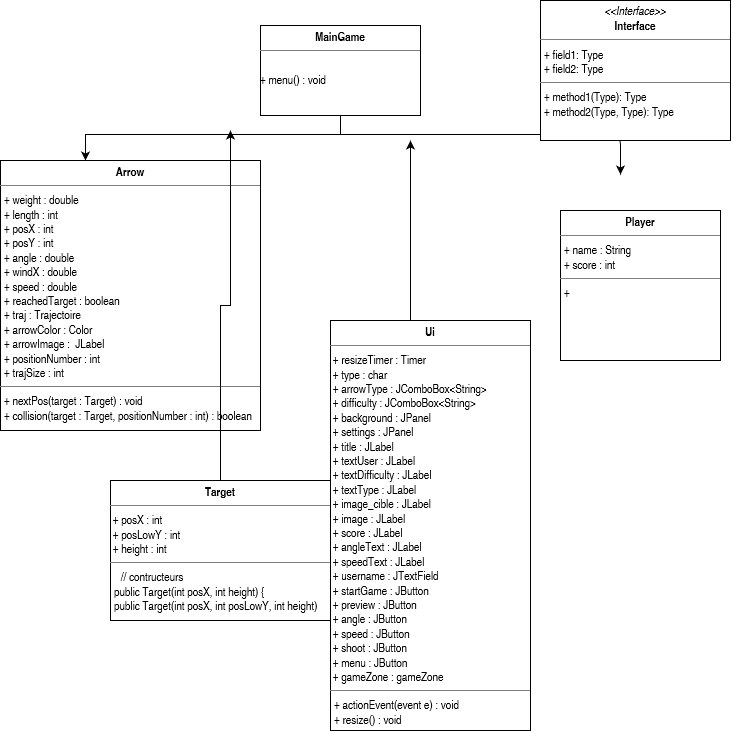
Earlier version of the draw.io export UMLDiagram.png (vbard1/mini-projet-2). Source tidied: cells renumbered, new cells last; positions are measured from the earlier drawing's top-left corner, leaving out a move shared by most shapes.
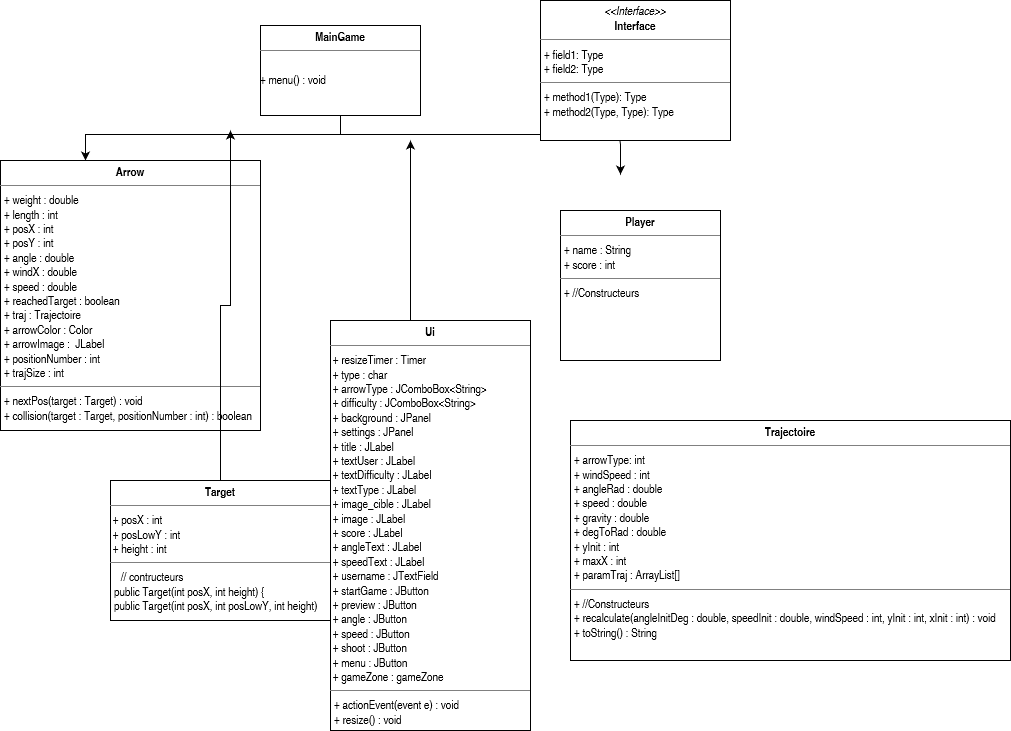
Above is the later version.

Change to the diagram source:
```diff
@@ -48,7 +48,7 @@
     <mxCell id="9" value="&lt;p style=&quot;margin: 0px ; margin-top: 4px ; text-align: center&quot;&gt;&lt;b&gt;Ui&lt;/b&gt;&lt;br&gt;&lt;/p&gt;&lt;hr size=&quot;1&quot;&gt;&lt;div&gt;&amp;nbsp;+ resizeTimer : Timer&lt;/div&gt;&lt;div&gt;&amp;nbsp;+ type : char &lt;/div&gt;&lt;div&gt;&amp;nbsp;+ arrowType : JComboBox&amp;lt;String&amp;gt;&lt;/div&gt;&lt;div&gt;&amp;nbsp;+ difficulty : JComboBox&amp;lt;String&amp;gt;&lt;br&gt;&amp;nbsp;+ background : JPanel&lt;/div&gt;&lt;div&gt;&amp;nbsp;+ settings : JPanel &lt;br&gt;&lt;/div&gt;&lt;div&gt;&amp;nbsp;+ title : JLabel&lt;br&gt;&amp;nbsp;+ textUser : JLabel&lt;/div&gt;&lt;div&gt;&amp;nbsp;+ textDifficulty : JLabel&lt;/div&gt;&lt;div&gt;&amp;nbsp;+ textType : JLabel&lt;/div&gt;&lt;div&gt;&amp;nbsp;+ image_cible : JLabel&lt;/div&gt;&lt;div&gt;&amp;nbsp;+ image : JLabel&lt;/div&gt;&lt;div&gt;&amp;nbsp;+ score : JLabel&lt;/div&gt;&lt;div&gt;&amp;nbsp;+ angleText : JLabel&lt;/div&gt;&lt;div&gt;&amp;nbsp;+ speedText : JLabel&lt;/div&gt;&lt;div&gt;&amp;nbsp;+ username : JTextField &lt;br&gt;&lt;/div&gt;&lt;div&gt;&amp;nbsp;+ startGame : JButton&lt;/div&gt;&lt;div&gt;&amp;nbsp;+ preview : JButton&lt;/div&gt;&lt;div&gt;&amp;nbsp;+ angle : JButton&lt;/div&gt;&lt;div&gt;&amp;nbsp;+ speed : JButton&lt;/div&gt;&lt;div&gt;&amp;nbsp;+ shoot : JButton&lt;/div&gt;&lt;div&gt;&amp;nbsp;+ menu : JButton&lt;br&gt;&amp;nbsp;+ gameZone : gameZone&lt;br&gt;&lt;/div&gt;&lt;hr size=&quot;1&quot;&gt;&lt;p style=&quot;margin: 0px ; margin-left: 4px&quot;&gt;+ actionEvent(event e) : void&lt;/p&gt;&lt;p style=&quot;margin: 0px ; margin-left: 4px&quot;&gt;+ resize() : void&lt;br&gt;&lt;/p&gt;" style="verticalAlign=top;align=left;overflow=fill;fontSize=12;fontFamily=Helvetica;html=1;" parent="1" vertex="1">
       <mxGeometry x="330" y="320" width="200" height="410" as="geometry" />
     </mxCell>
-    <mxCell id="10" value="&lt;p style=&quot;margin: 0px ; margin-top: 4px ; text-align: center&quot;&gt;&lt;b&gt;Player&lt;/b&gt;&lt;br&gt;&lt;/p&gt;&lt;hr size=&quot;1&quot;&gt;&lt;p style=&quot;margin: 0px ; margin-left: 4px&quot;&gt;+ name : String&lt;/p&gt;&lt;p style=&quot;margin: 0px ; margin-left: 4px&quot;&gt;+ score : int&lt;/p&gt;&lt;hr size=&quot;1&quot;&gt;&lt;p style=&quot;margin: 0px ; margin-left: 4px&quot;&gt;+&lt;br&gt;&lt;/p&gt;" style="verticalAlign=top;align=left;overflow=fill;fontSize=12;fontFamily=Helvetica;html=1;" parent="1" vertex="1">
+    <mxCell id="10" value="&lt;p style=&quot;margin: 0px ; margin-top: 4px ; text-align: center&quot;&gt;&lt;b&gt;Player&lt;/b&gt;&lt;br&gt;&lt;/p&gt;&lt;hr size=&quot;1&quot;&gt;&lt;p style=&quot;margin: 0px ; margin-left: 4px&quot;&gt;+ name : String&lt;/p&gt;&lt;p style=&quot;margin: 0px ; margin-left: 4px&quot;&gt;+ score : int&lt;/p&gt;&lt;hr size=&quot;1&quot;&gt;&lt;p style=&quot;margin: 0px ; margin-left: 4px&quot;&gt;+ //Constructeurs&lt;br&gt;&lt;/p&gt;" style="verticalAlign=top;align=left;overflow=fill;fontSize=12;fontFamily=Helvetica;html=1;" parent="1" vertex="1">
       <mxGeometry x="560" y="210" width="160" height="150" as="geometry" />
     </mxCell>
     <mxCell id="11" style="edgeStyle=orthogonalEdgeStyle;rounded=0;orthogonalLoop=1;jettySize=auto;html=1;exitX=0.5;exitY=1;exitDx=0;exitDy=0;" parent="1" edge="1">
@@ -64,5 +64,8 @@
     <mxCell id="13" value="&lt;p style=&quot;margin: 0px ; margin-top: 4px ; text-align: center&quot;&gt;&lt;b&gt;Target&lt;/b&gt;&lt;br&gt;&lt;/p&gt;&lt;hr size=&quot;1&quot;&gt;&amp;nbsp;+ posX : int&lt;br&gt;&amp;nbsp;+ posLowY : int&lt;br&gt;&amp;nbsp;+ height : int&lt;br&gt;&lt;hr size=&quot;1&quot;&gt;&amp;nbsp;&amp;nbsp;&amp;nbsp; // contructeurs&lt;p style=&quot;margin: 0px ; margin-left: 4px&quot;&gt;public Target(int posX, int height) {&lt;/p&gt;&lt;p style=&quot;margin: 0px ; margin-left: 4px&quot;&gt;public Target(int posX, int posLowY, int height) &lt;br&gt;&lt;/p&gt;" style="verticalAlign=top;align=left;overflow=fill;fontSize=12;fontFamily=Helvetica;html=1;" parent="1" vertex="1">
       <mxGeometry x="110" y="480" width="220" height="140" as="geometry" />
     </mxCell>
+    <mxCell id="14" value="&lt;p style=&quot;margin: 0px ; margin-top: 4px ; text-align: center&quot;&gt;&lt;b&gt;Trajectoire&lt;/b&gt;&lt;br&gt;&lt;/p&gt;&lt;hr size=&quot;1&quot;&gt;&lt;p style=&quot;margin: 0px ; margin-left: 4px&quot;&gt;+ arrowType: int&lt;br&gt;&lt;/p&gt;&lt;p style=&quot;margin: 0px ; margin-left: 4px&quot;&gt;+ windSpeed : int&lt;/p&gt;&lt;p style=&quot;margin: 0px ; margin-left: 4px&quot;&gt;+ angleRad : double&lt;/p&gt;&lt;p style=&quot;margin: 0px ; margin-left: 4px&quot;&gt;+ speed : double&lt;/p&gt;&lt;p style=&quot;margin: 0px ; margin-left: 4px&quot;&gt;+ gravity : double&lt;/p&gt;&lt;p style=&quot;margin: 0px ; margin-left: 4px&quot;&gt;+ degToRad : double&lt;br&gt;&lt;/p&gt;&lt;p style=&quot;margin: 0px ; margin-left: 4px&quot;&gt;+ yInit : int&lt;/p&gt;&lt;p style=&quot;margin: 0px ; margin-left: 4px&quot;&gt;+ maxX : int&lt;/p&gt;&lt;p style=&quot;margin: 0px ; margin-left: 4px&quot;&gt;+ paramTraj : ArrayList[] &lt;/p&gt;&lt;hr size=&quot;1&quot;&gt;&lt;p style=&quot;margin: 0px ; margin-left: 4px&quot;&gt;+ //Constructeurs&lt;/p&gt;&lt;p style=&quot;margin: 0px ; margin-left: 4px&quot;&gt;+ recalculate(angleInitDeg : double, speedInit : double, windSpeed : int, yInit : int, xInit : int) : void&lt;br&gt;&lt;/p&gt;&lt;p style=&quot;margin: 0px ; margin-left: 4px&quot;&gt;+ toString() : String&lt;br&gt;&lt;/p&gt;" style="verticalAlign=top;align=left;overflow=fill;fontSize=12;fontFamily=Helvetica;html=1;" parent="1" vertex="1">
+      <mxGeometry x="570" y="420" width="440" height="240" as="geometry" />
+    </mxCell>
   </root>
 </mxGraphModel>
```
